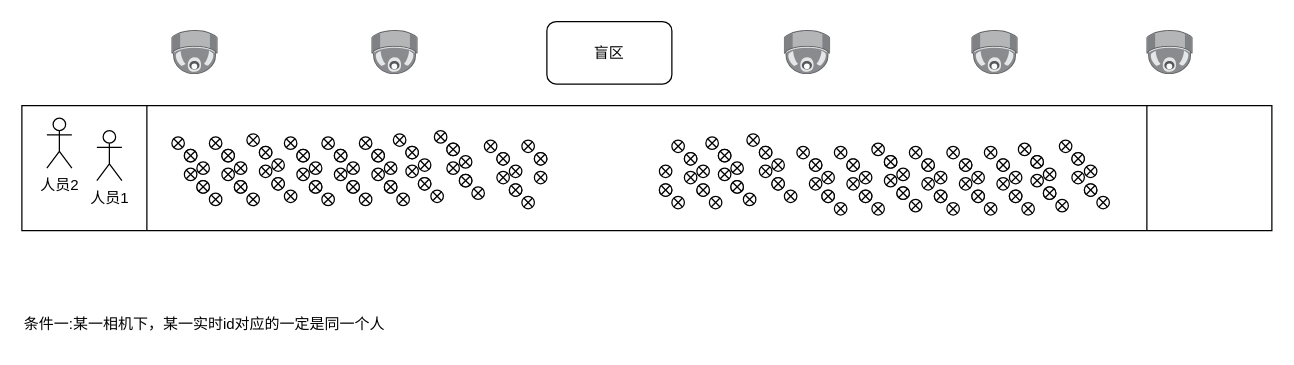
Earlier version of the draw.io diagram 人脸追踪.drawio (wangyufei0807/draw). Source tidied: cells renumbered, new cells numbered last; positions are measured from the earlier drawing's top-left corner, leaving out a move shared by most shapes. Both pictures are drawn from the tidied source at 125%, with x=0, y=0 at pixel (21, 21).
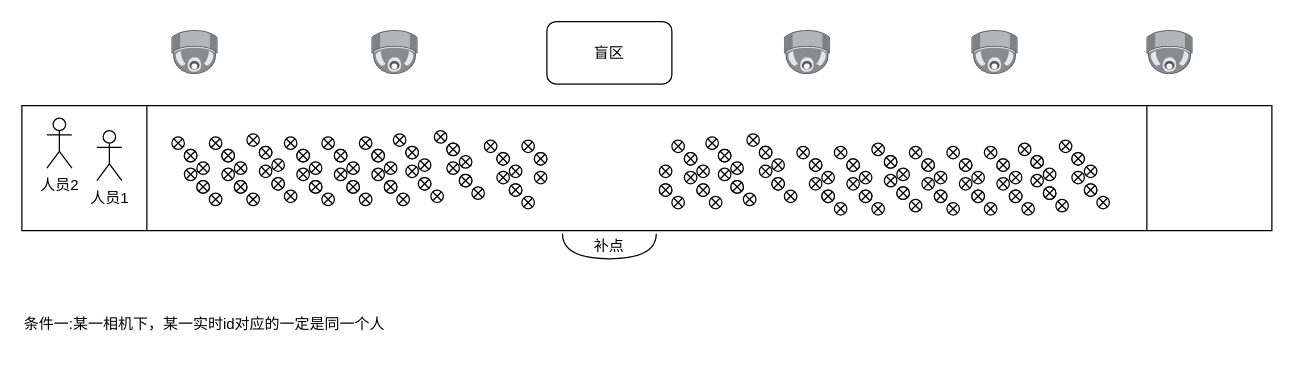
After the change.

Commit message (it also covers changes not shown here):
更新人脸追踪.drawio

The edit, as a diff of the source:
```diff
@@
+    <mxCell id="180" style="shape=requiredInterface;html=1;verticalLabelPosition=bottom;sketch=0;rotation=90;" parent="1" vertex="1">
+      <mxGeometry x="460" y="142" width="20" height="75" as="geometry" />
+    </mxCell>
+    <mxCell id="181" value="补点" style="text;html=1;strokeColor=none;fillColor=none;align=center;verticalAlign=middle;whiteSpace=wrap;rounded=0;" parent="1" vertex="1">
+      <mxGeometry x="440" y="164.5" width="60" height="30" as="geometry" />
+    </mxCell>
```
